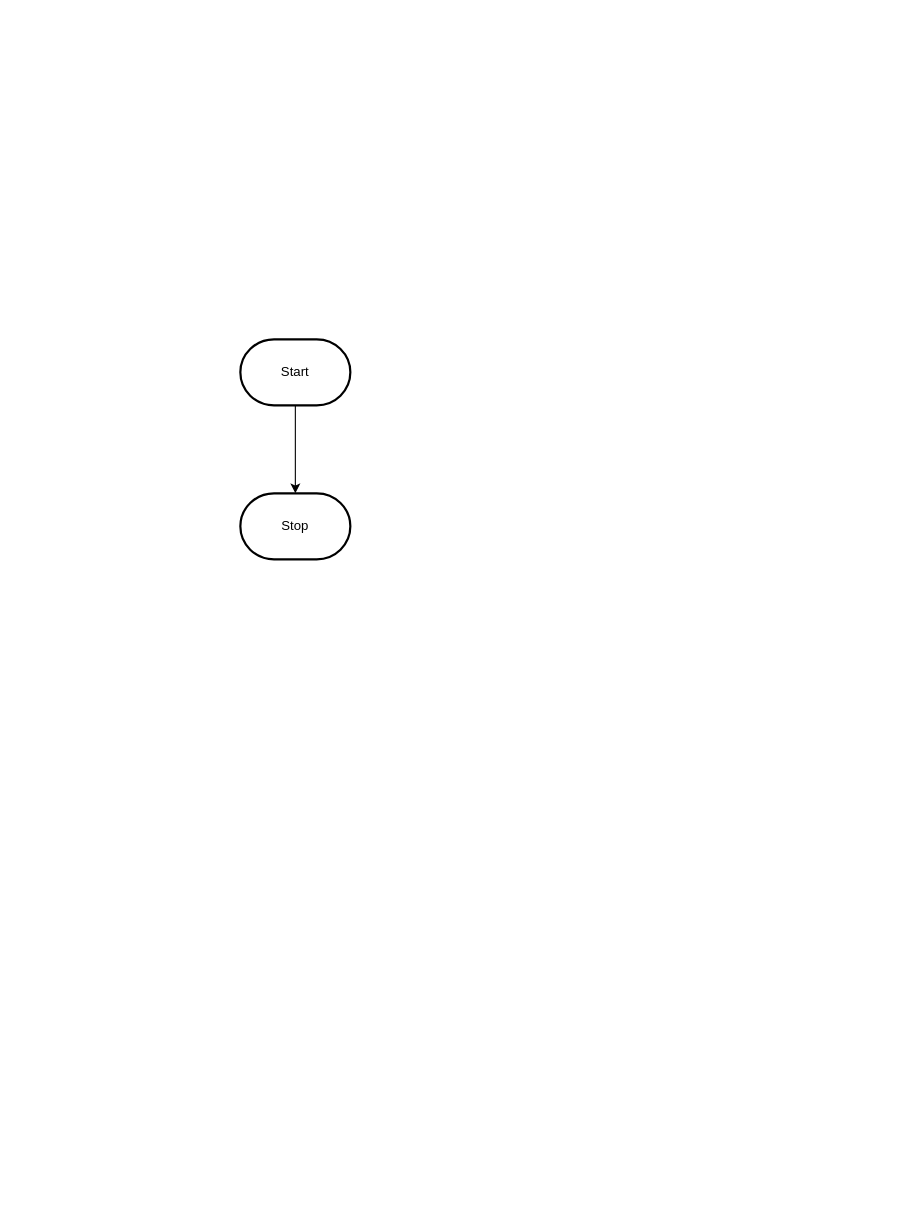
This is design/flowchart.drawio from MTHS-ICD2O-1-2023/ICD2O-Unit-5-05-Julianne-Leblanc-Peltier, a draw.io file, before an edit. Source tidied: cells renumbered, new cells numbered last; positions are measured from the earlier drawing's top-left corner, leaving out a move shared by most shapes. Both pictures are drawn from the tidied source at 110%, with x=0, y=0 at pixel (240, 339).
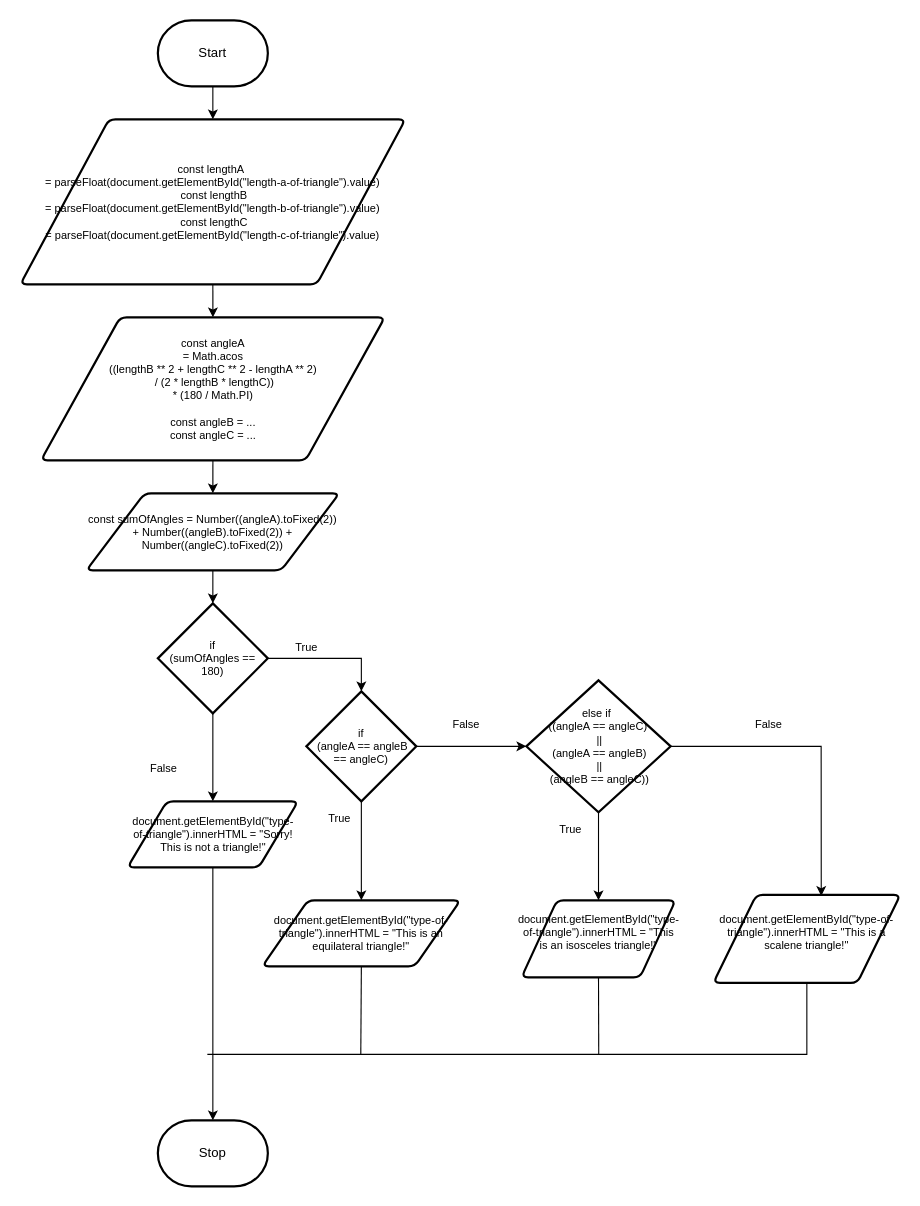
Above is the later version.

Commit message (it also covers changes not shown here):
comp. flowchart

Change to the diagram source:
```diff
@@
-    <mxCell id="2" style="edgeStyle=orthogonalEdgeStyle;html=1;rounded=0;" parent="1" edge="1" source="3" target="4">
-      <mxGeometry relative="1" as="geometry" />
-    </mxCell>
+    <mxCell id="5" style="edgeStyle=none;html=1;exitX=0.5;exitY=1;exitDx=0;exitDy=0;exitPerimeter=0;entryX=0.5;entryY=0;entryDx=0;entryDy=0;" parent="1" edge="1" source="3" target="2">
+      <mxGeometry relative="1" as="geometry" />
+    </mxCell>
     <mxCell id="3" value="Start" style="strokeWidth=2;html=1;shape=mxgraph.flowchart.terminator;whiteSpace=wrap;" parent="1" vertex="1">
-      <mxGeometry width="100" height="60" as="geometry" />
+      <mxGeometry x="-75" y="-290" width="100" height="60" as="geometry" />
     </mxCell>
     <mxCell id="4" value="Stop" style="strokeWidth=2;html=1;shape=mxgraph.flowchart.terminator;whiteSpace=wrap;" parent="1" vertex="1">
-      <mxGeometry y="140" width="100" height="60" as="geometry" />
+      <mxGeometry x="-75" y="710" width="100" height="60" as="geometry" />
     </mxCell>
+    <mxCell id="6" style="edgeStyle=none;html=1;exitX=0.5;exitY=1;exitDx=0;exitDy=0;entryX=0.5;entryY=0;entryDx=0;entryDy=0;" parent="1" edge="1" source="2" target="8">
+      <mxGeometry relative="1" as="geometry" />
+    </mxCell>
+    <mxCell id="2" value="&lt;div style=&quot;font-size: 10px;&quot;&gt;const lengthA&amp;nbsp;&lt;/div&gt;&lt;div style=&quot;font-size: 10px;&quot;&gt;= parseFloat(document.getElementById(&quot;length-a-of-triangle&quot;).value)&lt;/div&gt;&lt;div style=&quot;font-size: 10px;&quot;&gt;&amp;nbsp; const lengthB&amp;nbsp;&lt;/div&gt;&lt;div style=&quot;font-size: 10px;&quot;&gt;= parseFloat(document.getElementById(&quot;length-b-of-triangle&quot;).value)&lt;/div&gt;&lt;div style=&quot;font-size: 10px;&quot;&gt;&amp;nbsp; const lengthC&amp;nbsp;&lt;/div&gt;&lt;div style=&quot;font-size: 10px;&quot;&gt;= parseFloat(document.getElementById(&quot;length-c-of-triangle&quot;).value)&lt;/div&gt;" style="shape=parallelogram;html=1;strokeWidth=2;perimeter=parallelogramPerimeter;whiteSpace=wrap;rounded=1;arcSize=12;size=0.23;fontSize=10;" parent="1" vertex="1">
+      <mxGeometry x="-200" y="-200" width="350" height="150" as="geometry" />
+    </mxCell>
+    <mxCell id="7" style="edgeStyle=none;html=1;exitX=0.5;exitY=1;exitDx=0;exitDy=0;entryX=0.5;entryY=0;entryDx=0;entryDy=0;" parent="1" edge="1" source="8" target="10">
+      <mxGeometry relative="1" as="geometry" />
+    </mxCell>
+    <mxCell id="8" value="const angleA &lt;br style=&quot;font-size: 10px;&quot;&gt;= Math.acos&lt;br style=&quot;font-size: 10px;&quot;&gt;((lengthB ** 2 + lengthC ** 2 - lengthA ** 2)&lt;br style=&quot;font-size: 10px;&quot;&gt;&amp;nbsp;/ (2 * lengthB * lengthC)) &lt;br style=&quot;font-size: 10px;&quot;&gt;* (180 / Math.PI)&lt;br style=&quot;font-size: 10px;&quot;&gt;&lt;br style=&quot;font-size: 10px;&quot;&gt;const angleB = ...&lt;br style=&quot;font-size: 10px;&quot;&gt;const angleC = ..." style="shape=parallelogram;html=1;strokeWidth=2;perimeter=parallelogramPerimeter;whiteSpace=wrap;rounded=1;arcSize=12;size=0.23;fontSize=10;" parent="1" vertex="1">
+      <mxGeometry x="-181.2" y="-20" width="312.5" height="130" as="geometry" />
+    </mxCell>
+    <mxCell id="9" style="edgeStyle=none;html=1;exitX=0.5;exitY=1;exitDx=0;exitDy=0;entryX=0.5;entryY=0;entryDx=0;entryDy=0;entryPerimeter=0;" parent="1" edge="1" source="10" target="13">
+      <mxGeometry relative="1" as="geometry" />
+    </mxCell>
+    <mxCell id="10" value="const sumOfAngles = Number((angleA).toFixed(2)) + Number((angleB).toFixed(2)) + Number((angleC).toFixed(2))" style="shape=parallelogram;html=1;strokeWidth=2;perimeter=parallelogramPerimeter;whiteSpace=wrap;rounded=1;arcSize=12;size=0.23;fontSize=10;" parent="1" vertex="1">
+      <mxGeometry x="-140" y="140" width="230" height="70" as="geometry" />
+    </mxCell>
+    <mxCell id="11" style="edgeStyle=none;rounded=0;html=1;exitX=1;exitY=0.5;exitDx=0;exitDy=0;exitPerimeter=0;entryX=0.5;entryY=0;entryDx=0;entryDy=0;entryPerimeter=0;fontSize=10;" parent="1" edge="1" source="13" target="21">
+      <mxGeometry relative="1" as="geometry">
+        <Array as="points">
+          <mxPoint x="110" y="290" />
+        </Array>
+      </mxGeometry>
+    </mxCell>
+    <mxCell id="12" style="edgeStyle=none;rounded=0;html=1;exitX=0.5;exitY=1;exitDx=0;exitDy=0;exitPerimeter=0;entryX=0.5;entryY=0;entryDx=0;entryDy=0;fontSize=10;" parent="1" edge="1" source="13" target="25">
+      <mxGeometry relative="1" as="geometry" />
+    </mxCell>
+    <mxCell id="13" value="if &lt;br style=&quot;font-size: 10px;&quot;&gt;(sumOfAngles == 180)" style="strokeWidth=2;html=1;shape=mxgraph.flowchart.decision;whiteSpace=wrap;fontSize=10;" parent="1" vertex="1">
+      <mxGeometry x="-75" y="240" width="100" height="100" as="geometry" />
+    </mxCell>
+    <mxCell id="14" style="edgeStyle=none;rounded=0;html=1;exitX=0.5;exitY=1;exitDx=0;exitDy=0;fontSize=10;endArrow=none;endFill=0;" parent="1" edge="1" source="15">
+      <mxGeometry relative="1" as="geometry">
+        <mxPoint x="109.5" y="650" as="targetPoint" />
+      </mxGeometry>
+    </mxCell>
+    <mxCell id="15" value="document.getElementById(&quot;type-of-triangle&quot;).innerHTML = &quot;This is an equilateral triangle!&quot;" style="shape=parallelogram;html=1;strokeWidth=2;perimeter=parallelogramPerimeter;whiteSpace=wrap;rounded=1;arcSize=12;size=0.23;fontSize=10;" parent="1" vertex="1">
+      <mxGeometry x="20" y="510" width="180" height="60" as="geometry" />
+    </mxCell>
+    <mxCell id="16" style="edgeStyle=none;rounded=0;html=1;exitX=0.5;exitY=1;exitDx=0;exitDy=0;exitPerimeter=0;entryX=0.5;entryY=0;entryDx=0;entryDy=0;fontSize=10;" parent="1" edge="1" source="18" target="27">
+      <mxGeometry relative="1" as="geometry" />
+    </mxCell>
+    <mxCell id="17" style="edgeStyle=none;rounded=0;html=1;exitX=1;exitY=0.5;exitDx=0;exitDy=0;exitPerimeter=0;entryX=0.577;entryY=0.013;entryDx=0;entryDy=0;entryPerimeter=0;fontSize=10;" parent="1" edge="1" source="18" target="29">
+      <mxGeometry relative="1" as="geometry">
+        <Array as="points">
+          <mxPoint x="528" y="370" />
+        </Array>
+      </mxGeometry>
+    </mxCell>
+    <mxCell id="18" value="else if&amp;nbsp;&lt;br style=&quot;font-size: 10px;&quot;&gt;((angleA == angleC)&lt;br style=&quot;font-size: 10px;&quot;&gt;&amp;nbsp;||&lt;br style=&quot;font-size: 10px;&quot;&gt;&amp;nbsp;(angleA == angleB)&lt;br style=&quot;font-size: 10px;&quot;&gt;&amp;nbsp;||&lt;br style=&quot;font-size: 10px;&quot;&gt;&amp;nbsp;(angleB == angleC))" style="strokeWidth=2;html=1;shape=mxgraph.flowchart.decision;whiteSpace=wrap;fontSize=10;" parent="1" vertex="1">
+      <mxGeometry x="260" y="310" width="131.2" height="120" as="geometry" />
+    </mxCell>
+    <mxCell id="19" style="edgeStyle=none;rounded=0;html=1;exitX=1;exitY=0.5;exitDx=0;exitDy=0;exitPerimeter=0;entryX=0;entryY=0.5;entryDx=0;entryDy=0;entryPerimeter=0;fontSize=10;" parent="1" edge="1" source="21" target="18">
+      <mxGeometry relative="1" as="geometry" />
+    </mxCell>
+    <mxCell id="20" style="edgeStyle=none;rounded=0;html=1;exitX=0.5;exitY=1;exitDx=0;exitDy=0;exitPerimeter=0;fontSize=10;" parent="1" edge="1" source="21" target="15">
+      <mxGeometry relative="1" as="geometry" />
+    </mxCell>
+    <mxCell id="21" value="if&lt;br&gt;&amp;nbsp;(angleA == angleB == angleC)" style="strokeWidth=2;html=1;shape=mxgraph.flowchart.decision;whiteSpace=wrap;fontSize=10;" parent="1" vertex="1">
+      <mxGeometry x="60" y="320" width="100" height="100" as="geometry" />
+    </mxCell>
+    <mxCell id="22" value="True" style="text;html=1;align=center;verticalAlign=middle;strokeColor=none;fillColor=none;fontSize=10;" parent="1" vertex="1">
+      <mxGeometry x="40" y="265" width="40" height="30" as="geometry" />
+    </mxCell>
+    <mxCell id="23" value="False" style="text;html=1;align=center;verticalAlign=middle;strokeColor=none;fillColor=none;fontSize=10;" parent="1" vertex="1">
+      <mxGeometry x="-95" y="375" width="50" height="30" as="geometry" />
+    </mxCell>
+    <mxCell id="24" style="edgeStyle=none;rounded=0;html=1;exitX=0.5;exitY=1;exitDx=0;exitDy=0;fontSize=10;" parent="1" edge="1" source="25" target="4">
+      <mxGeometry relative="1" as="geometry" />
+    </mxCell>
+    <mxCell id="25" value="document.getElementById(&quot;type-of-triangle&quot;).innerHTML = &quot;Sorry! This is not a triangle!&quot;" style="shape=parallelogram;html=1;strokeWidth=2;perimeter=parallelogramPerimeter;whiteSpace=wrap;rounded=1;arcSize=12;size=0.23;fontSize=10;" parent="1" vertex="1">
+      <mxGeometry x="-102.5" y="420" width="155" height="60" as="geometry" />
+    </mxCell>
+    <mxCell id="26" style="edgeStyle=none;rounded=0;html=1;exitX=0.5;exitY=1;exitDx=0;exitDy=0;fontSize=10;endArrow=none;endFill=0;" parent="1" edge="1" source="27">
+      <mxGeometry relative="1" as="geometry">
+        <mxPoint x="325.8" y="650" as="targetPoint" />
+      </mxGeometry>
+    </mxCell>
+    <mxCell id="27" value="&lt;div&gt;document.getElementById(&quot;type-of-triangle&quot;).innerHTML = &quot;This is an isosceles triangle!&quot;&lt;/div&gt;&lt;div&gt;&lt;br&gt;&lt;/div&gt;" style="shape=parallelogram;html=1;strokeWidth=2;perimeter=parallelogramPerimeter;whiteSpace=wrap;rounded=1;arcSize=12;size=0.23;fontSize=10;" parent="1" vertex="1">
+      <mxGeometry x="255.6" y="510" width="140" height="70" as="geometry" />
+    </mxCell>
+    <mxCell id="28" style="edgeStyle=none;rounded=0;html=1;exitX=0.5;exitY=1;exitDx=0;exitDy=0;fontSize=10;endArrow=none;endFill=0;" parent="1" edge="1" source="29">
+      <mxGeometry relative="1" as="geometry">
+        <mxPoint x="-30" y="650" as="targetPoint" />
+        <Array as="points">
+          <mxPoint x="515" y="650" />
+        </Array>
+      </mxGeometry>
+    </mxCell>
+    <mxCell id="29" value="&lt;div&gt;document.getElementById(&quot;type-of-triangle&quot;).innerHTML = &quot;This is a scalene triangle!&quot;&lt;/div&gt;&lt;div&gt;&lt;br&gt;&lt;/div&gt;" style="shape=parallelogram;html=1;strokeWidth=2;perimeter=parallelogramPerimeter;whiteSpace=wrap;rounded=1;arcSize=12;size=0.23;fontSize=10;" parent="1" vertex="1">
+      <mxGeometry x="430" y="505" width="170" height="80" as="geometry" />
+    </mxCell>
+    <mxCell id="30" value="False" style="text;html=1;align=center;verticalAlign=middle;strokeColor=none;fillColor=none;fontSize=10;" parent="1" vertex="1">
+      <mxGeometry x="455" y="335" width="50" height="30" as="geometry" />
+    </mxCell>
+    <mxCell id="31" value="False" style="text;html=1;align=center;verticalAlign=middle;strokeColor=none;fillColor=none;fontSize=10;" parent="1" vertex="1">
+      <mxGeometry x="180" y="335" width="50" height="30" as="geometry" />
+    </mxCell>
+    <mxCell id="32" value="True" style="text;html=1;align=center;verticalAlign=middle;strokeColor=none;fillColor=none;fontSize=10;" parent="1" vertex="1">
+      <mxGeometry x="280" y="430" width="40" height="30" as="geometry" />
+    </mxCell>
+    <mxCell id="33" value="True" style="text;html=1;align=center;verticalAlign=middle;strokeColor=none;fillColor=none;fontSize=10;" parent="1" vertex="1">
+      <mxGeometry x="70" y="420" width="40" height="30" as="geometry" />
+    </mxCell>
```
